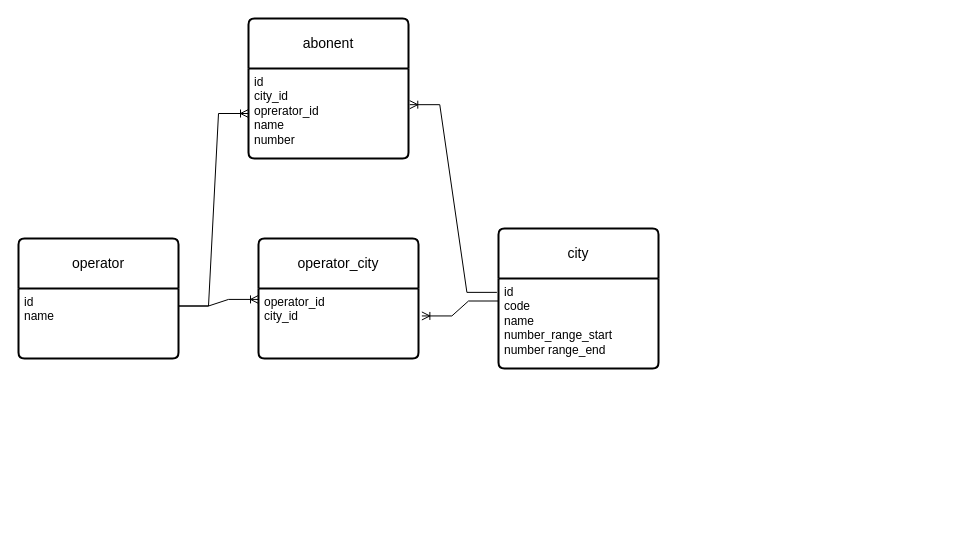
qwetry4444/Uni_Py_3Lab keeps this draw.io diagram as Диаграмма без названия.drawio. Above is the earlier version. Source tidied: cells renumbered, new cells numbered last; positions are measured from the earlier drawing's top-left corner, leaving out a move shared by most shapes. Both pictures are drawn from the tidied source at 100%, with x=0, y=0 at pixel (18, 18).
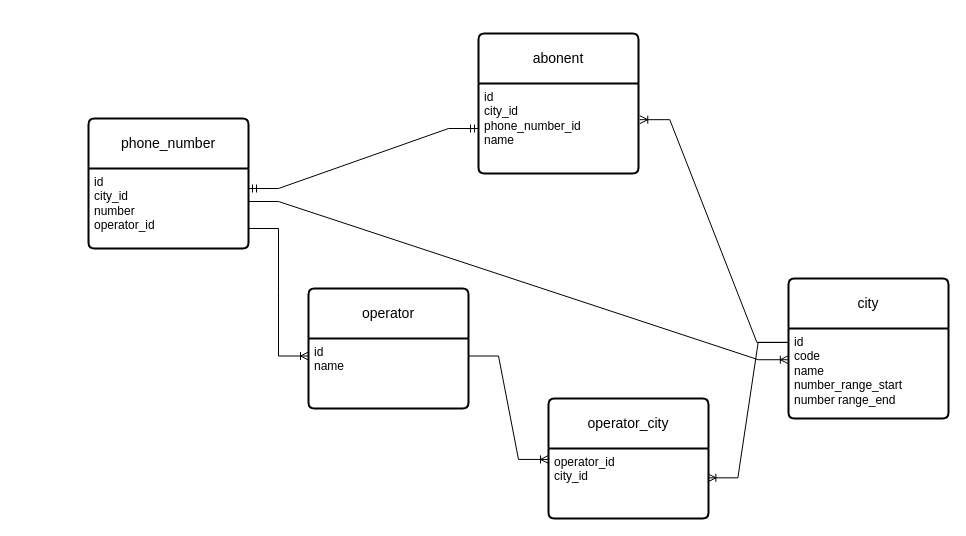
The same page after the edit.

Unchanged cells that the change refers to:
```xml
<mxCell id="5" value="id&lt;br&gt;code&lt;br&gt;name&lt;br&gt;number_range_start&lt;br&gt;number range_end" style="align=left;strokeColor=none;fillColor=none;spacingLeft=4;fontSize=12;verticalAlign=top;html=1;" parent="4" vertex="1">
  <mxGeometry y="50" width="160" height="90" as="geometry" />
</mxCell>
<mxCell id="8" value="id&amp;nbsp;&lt;br&gt;name" style="align=left;strokeColor=none;fillColor=none;spacingLeft=4;fontSize=12;verticalAlign=top;html=1;" parent="7" vertex="1">
  <mxGeometry y="50" width="160" height="70" as="geometry" />
</mxCell>
<mxCell id="10" value="operator_id&lt;br&gt;city_id" style="align=left;strokeColor=none;fillColor=none;spacingLeft=4;fontSize=12;verticalAlign=top;html=1;" parent="9" vertex="1">
  <mxGeometry y="50" width="160" height="70" as="geometry" />
</mxCell>
```

Change to the diagram source:
```diff
@@
     <mxCell id="2" value="abonent" style="swimlane;horizontal=1;startSize=50;rounded=1;fontSize=14;fontStyle=0;strokeWidth=2;shadow=0;dashed=0;align=center;arcSize=4;whiteSpace=wrap;html=1;" parent="1" vertex="1">
-      <mxGeometry x="230" width="160" height="140" as="geometry" />
+      <mxGeometry x="460" y="15" width="160" height="140" as="geometry" />
     </mxCell>
-    <mxCell id="3" value="id&lt;br&gt;city_id&lt;br&gt;oprerator_id&lt;br&gt;name&lt;br&gt;number&amp;nbsp;&amp;nbsp;" style="align=left;strokeColor=none;fillColor=none;spacingLeft=4;fontSize=12;verticalAlign=top;html=1;" parent="2" vertex="1">
+    <mxCell id="3" value="id&lt;br&gt;city_id&lt;br&gt;phone_number_id&lt;br&gt;name&lt;br&gt;&amp;nbsp;&amp;nbsp;" style="align=left;strokeColor=none;fillColor=none;spacingLeft=4;fontSize=12;verticalAlign=top;html=1;" parent="2" vertex="1">
       <mxGeometry y="50" width="160" height="90" as="geometry" />
     </mxCell>
     <mxCell id="4" value="city" style="swimlane;horizontal=1;startSize=50;rounded=1;fontSize=14;fontStyle=0;strokeWidth=2;shadow=0;dashed=0;align=center;arcSize=4;whiteSpace=wrap;html=1;" parent="1" vertex="1">
-      <mxGeometry x="480" y="210" width="160" height="140" as="geometry" />
+      <mxGeometry x="770" y="260" width="160" height="140" as="geometry" />
     </mxCell>
@@
     <mxCell id="7" value="operator" style="swimlane;horizontal=1;startSize=50;rounded=1;fontSize=14;fontStyle=0;strokeWidth=2;shadow=0;dashed=0;align=center;arcSize=4;whiteSpace=wrap;html=1;" parent="1" vertex="1">
-      <mxGeometry y="220" width="160" height="120" as="geometry" />
+      <mxGeometry x="290" y="270" width="160" height="120" as="geometry" />
     </mxCell>
@@
     <mxCell id="9" value="operator_city" style="swimlane;horizontal=1;startSize=50;rounded=1;fontSize=14;fontStyle=0;strokeWidth=2;shadow=0;dashed=0;align=center;arcSize=4;whiteSpace=wrap;html=1;" parent="1" vertex="1">
-      <mxGeometry x="240" y="220" width="160" height="120" as="geometry" />
+      <mxGeometry x="530" y="380" width="160" height="120" as="geometry" />
     </mxCell>
@@
-    <mxCell id="12" style="edgeStyle=entityRelationEdgeStyle;fontSize=12;html=1;endArrow=ERoneToMany;rounded=0;exitX=0;exitY=0.25;exitDx=0;exitDy=0;entryX=1.021;entryY=0.392;entryDx=0;entryDy=0;entryPerimeter=0;" parent="1" edge="1" source="5" target="10">
-      <mxGeometry relative="1" as="geometry" />
+    <mxCell id="12" style="edgeStyle=entityRelationEdgeStyle;fontSize=12;html=1;endArrow=ERoneToMany;rounded=0;exitX=-0.002;exitY=0.155;exitDx=0;exitDy=0;entryX=0.996;entryY=0.419;entryDx=0;entryDy=0;entryPerimeter=0;exitPerimeter=0;" parent="1" edge="1" source="5" target="10">
+      <mxGeometry relative="1" as="geometry">
+        <Array as="points">
+          <mxPoint x="780" y="320" />
+        </Array>
+      </mxGeometry>
     </mxCell>
-    <mxCell id="13" style="edgeStyle=entityRelationEdgeStyle;fontSize=12;html=1;endArrow=ERoneToMany;rounded=0;exitX=1;exitY=0.25;exitDx=0;exitDy=0;" parent="1" edge="1" source="8" target="3">
-      <mxGeometry relative="1" as="geometry">
-        <Array as="points">
-          <mxPoint x="170" y="270" />
-          <mxPoint x="250" y="390" />
-          <mxPoint x="190" y="190" />
-        </Array>
-      </mxGeometry>
-    </mxCell>
+    <mxCell id="14" value="phone_number" style="swimlane;horizontal=1;startSize=50;rounded=1;fontSize=14;fontStyle=0;strokeWidth=2;shadow=0;dashed=0;align=center;arcSize=4;whiteSpace=wrap;html=1;" parent="1" vertex="1">
+      <mxGeometry x="70" y="100" width="160" height="130" as="geometry" />
+    </mxCell>
+    <mxCell id="15" value="id&lt;br&gt;city_id&lt;br&gt;number&lt;br&gt;operator_id" style="align=left;strokeColor=none;fillColor=none;spacingLeft=4;fontSize=12;verticalAlign=top;html=1;" parent="14" vertex="1">
+      <mxGeometry y="50" width="160" height="80" as="geometry" />
+    </mxCell>
+    <mxCell id="16" style="edgeStyle=entityRelationEdgeStyle;fontSize=12;html=1;endArrow=ERmandOne;startArrow=ERmandOne;rounded=0;entryX=0;entryY=0.5;entryDx=0;entryDy=0;exitX=1;exitY=0.25;exitDx=0;exitDy=0;" parent="1" edge="1" source="15" target="3">
+      <mxGeometry relative="1" as="geometry">
+        <Array as="points">
+          <mxPoint x="401.6" y="80.7" />
+        </Array>
+      </mxGeometry>
+    </mxCell>
+    <mxCell id="17" style="edgeStyle=entityRelationEdgeStyle;fontSize=12;html=1;endArrow=ERoneToMany;rounded=0;exitX=1;exitY=0.75;exitDx=0;exitDy=0;entryX=0;entryY=0.25;entryDx=0;entryDy=0;" parent="1" edge="1" source="15" target="8">
+      <mxGeometry relative="1" as="geometry" />
+    </mxCell>
+    <mxCell id="18" style="edgeStyle=entityRelationEdgeStyle;fontSize=12;html=1;endArrow=ERoneToMany;rounded=0;exitX=1.015;exitY=0.412;exitDx=0;exitDy=0;exitPerimeter=0;entryX=-0.001;entryY=0.347;entryDx=0;entryDy=0;entryPerimeter=0;" parent="1" edge="1" target="5">
+      <mxGeometry relative="1" as="geometry">
+        <mxPoint x="230" y="183" as="sourcePoint" />
+      </mxGeometry>
+    </mxCell>
```
